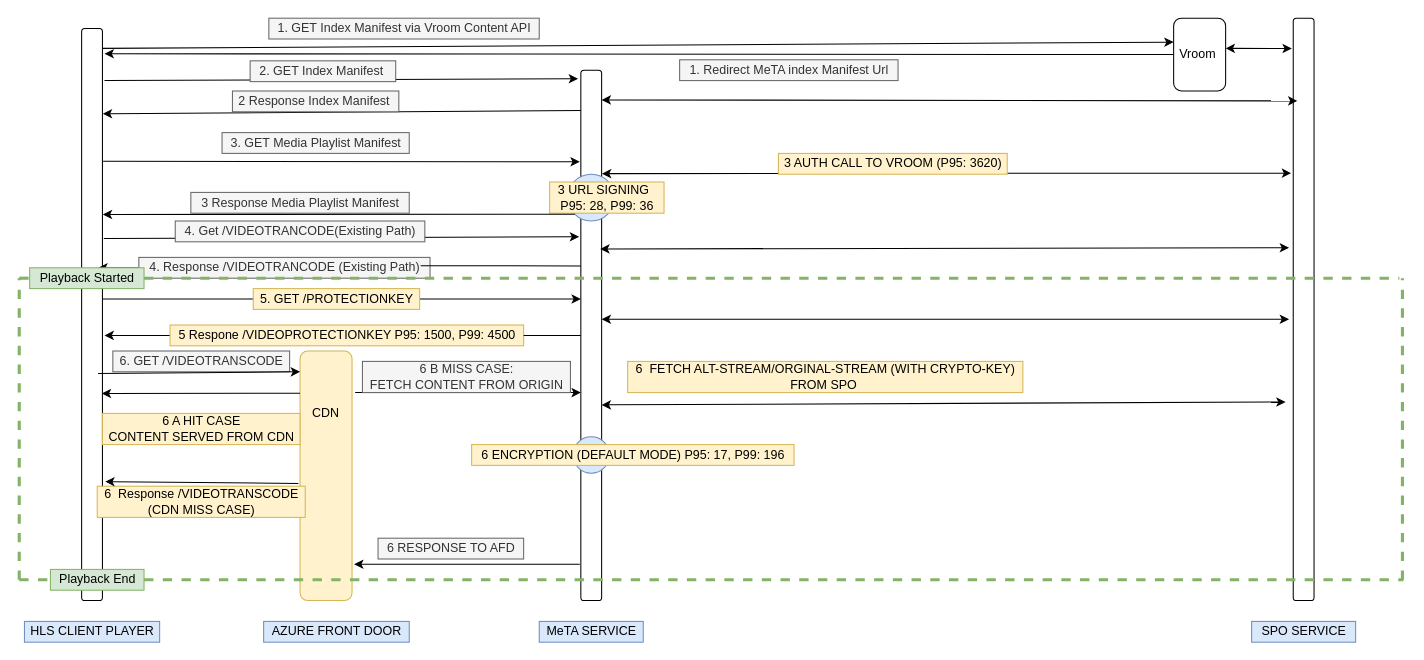
This is HLSv3WithHybrid.drawio from SUNYTYAGI/files, a draw.io file, before an edit. Source tidied: cells renumbered, new cells numbered last; positions are measured from the earlier drawing's top-left corner, leaving out a move shared by most shapes. Both pictures are drawn from the tidied source at 104%, with x=0, y=0 at pixel (19, 18).
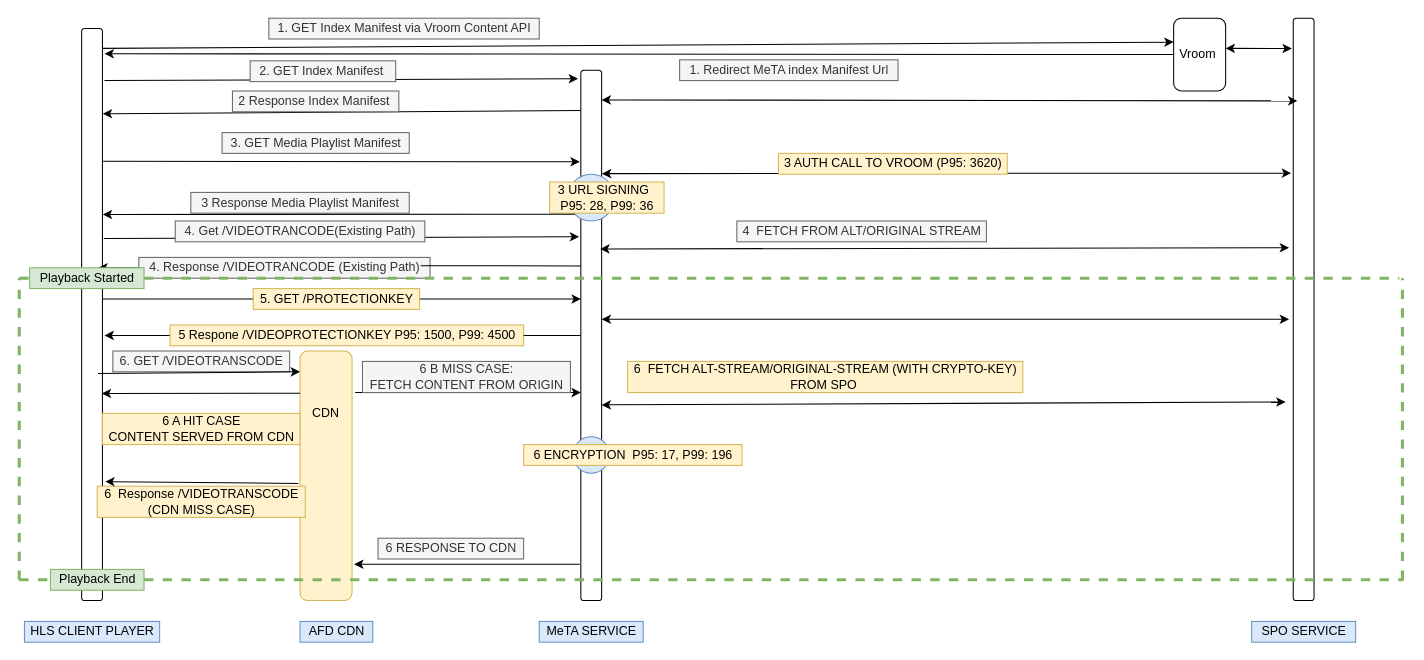
After the change.

What changed in the source:
```diff
@@
-    <mxCell id="29" value="6&amp;nbsp; FETCH ALT-STREAM/ORGINAL-STREAM (WITH CRYPTO-KEY)&lt;br&gt;FROM SPO&amp;nbsp;" style="text;html=1;align=center;verticalAlign=middle;strokeColor=#d6b656;fillColor=#fff2cc;" parent="1" vertex="1">
+    <mxCell id="29" value="6&amp;nbsp; FETCH ALT-STREAM/ORIGINAL-STREAM (WITH CRYPTO-KEY)&lt;br&gt;FROM SPO&amp;nbsp;" style="text;html=1;align=center;verticalAlign=middle;strokeColor=#d6b656;fillColor=#fff2cc;" parent="1" vertex="1">
       <mxGeometry x="585" y="330" width="380" height="30" as="geometry" />
     </mxCell>
@@
-    <mxCell id="31" value="6 ENCRYPTION (DEFAULT MODE) P95: 17, P99: 196" style="text;html=1;align=center;verticalAlign=middle;strokeColor=#d6b656;fillColor=#fff2cc;" parent="1" vertex="1">
-      <mxGeometry x="435" y="410" width="310" height="20" as="geometry" />
+    <mxCell id="31" value="6 ENCRYPTION&amp;nbsp; P95: 17, P99: 196" style="text;html=1;align=center;verticalAlign=middle;strokeColor=#d6b656;fillColor=#fff2cc;" parent="1" vertex="1">
+      <mxGeometry x="485" y="410" width="210" height="20" as="geometry" />
     </mxCell>
@@
-    <mxCell id="35" value="6 RESPONSE TO AFD" style="text;html=1;align=center;verticalAlign=middle;fillColor=#f5f5f5;strokeColor=#666666;fontColor=#333333;" parent="1" vertex="1">
+    <mxCell id="35" value="6 RESPONSE TO CDN" style="text;html=1;align=center;verticalAlign=middle;fillColor=#f5f5f5;strokeColor=#666666;fontColor=#333333;" parent="1" vertex="1">
       <mxGeometry x="345" y="500" width="140" height="20" as="geometry" />
     </mxCell>
@@
-    <mxCell id="38" value="AZURE FRONT DOOR" style="text;html=1;align=center;verticalAlign=middle;strokeColor=#6c8ebf;fillColor=#dae8fc;" parent="1" vertex="1">
-      <mxGeometry x="235" y="580" width="140" height="20" as="geometry" />
+    <mxCell id="38" value="AFD CDN" style="text;html=1;align=center;verticalAlign=middle;strokeColor=#6c8ebf;fillColor=#dae8fc;" parent="1" vertex="1">
+      <mxGeometry x="270" y="580" width="70" height="20" as="geometry" />
     </mxCell>
@@
+    <mxCell id="64" value="4&amp;nbsp; FETCH FROM ALT/ORIGINAL STREAM" style="text;html=1;align=center;verticalAlign=middle;strokeColor=#666666;fillColor=#f5f5f5;fontColor=#333333;" parent="1" vertex="1">
+      <mxGeometry x="690" y="195" width="240" height="20" as="geometry" />
+    </mxCell>
```
